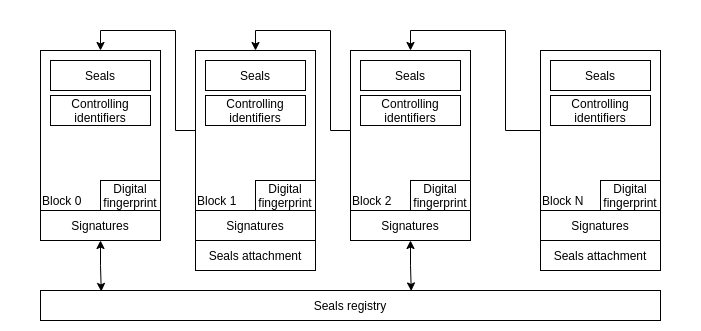
The draw.io diagram assets/concept2.png in the-human-colossus-foundation/microledger-spec, before a commit. Source tidied: cells renumbered, new cells last; positions are measured from the earlier drawing's top-left corner, leaving out a move shared by most shapes.
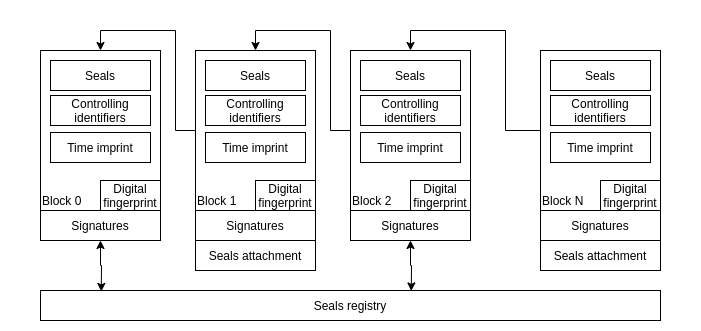
The same file after the commit.

Diff of the diagram source:
```diff
@@ -89,5 +89,17 @@
     <mxCell id="30" value="Seals attachment" style="rounded=0;whiteSpace=wrap;html=1;align=center;verticalAlign=middle;" parent="1" vertex="1">
       <mxGeometry x="540" y="240" width="120" height="30" as="geometry" />
     </mxCell>
+    <mxCell id="31" value="Time imprint" style="rounded=0;whiteSpace=wrap;html=1;" parent="1" vertex="1">
+      <mxGeometry x="50" y="132" width="100" height="30" as="geometry" />
+    </mxCell>
+    <mxCell id="32" value="Time imprint" style="rounded=0;whiteSpace=wrap;html=1;" parent="1" vertex="1">
+      <mxGeometry x="205" y="132" width="100" height="30" as="geometry" />
+    </mxCell>
+    <mxCell id="33" value="Time imprint" style="rounded=0;whiteSpace=wrap;html=1;" parent="1" vertex="1">
+      <mxGeometry x="360" y="132" width="100" height="30" as="geometry" />
+    </mxCell>
+    <mxCell id="34" value="Time imprint" style="rounded=0;whiteSpace=wrap;html=1;" parent="1" vertex="1">
+      <mxGeometry x="550" y="132" width="100" height="30" as="geometry" />
+    </mxCell>
   </root>
 </mxGraphModel>
```
